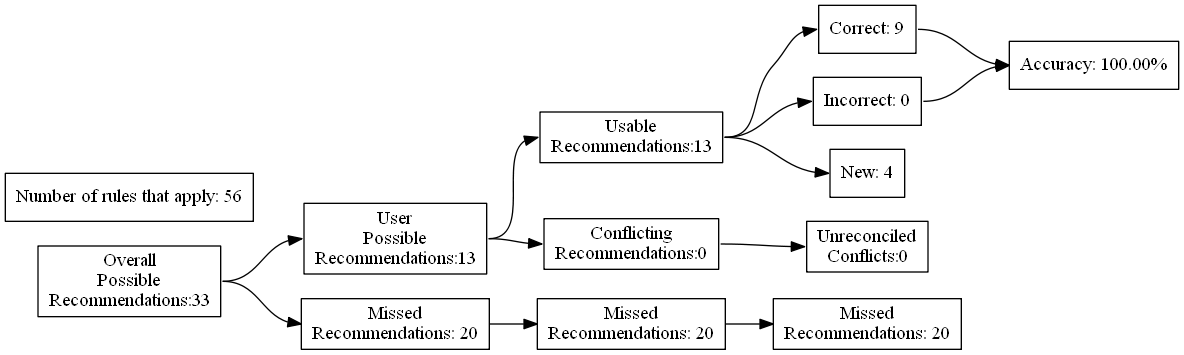
This is test_renders/97.gv.png from ZaxR/ibd_diet_analysis, a Graphviz export, as it was before one commit. Its source is kept beside it as test_renders/97.gv. Its diagram source:
```dot
digraph {
	graph [rankdir=LR]
	node [pos=r shape=box]
	edge [headport=w tailport=e]
		A [label="Overall
Possible
Recommendations:33"]
		B [label="User
Possible
Recommendations:13"]
		C [label="Missed
Recommendations: 20"]
		D [label="Usable
Recommendations:13"]
		E [label="Conflicting
Recommendations:0"]
		J [label="Missed
Recommendations: 20"]
		M [label="Unreconciled
Conflicts:0"]
		F [label="Correct: 9"]
		G [label="Incorrect: 0"]
		H [label="New: 4"]
		K [label="Missed
Recommendations: 20"]
		I [label="Accuracy: 100.00%"]
		l [label="Number of rules that apply: 56"]
			A -> B
			A -> C
			B -> D
			B -> E
			D -> F
			D -> G
			D -> H
			F -> I
			G -> I
			C -> J
			J -> K
			E -> M
}
```
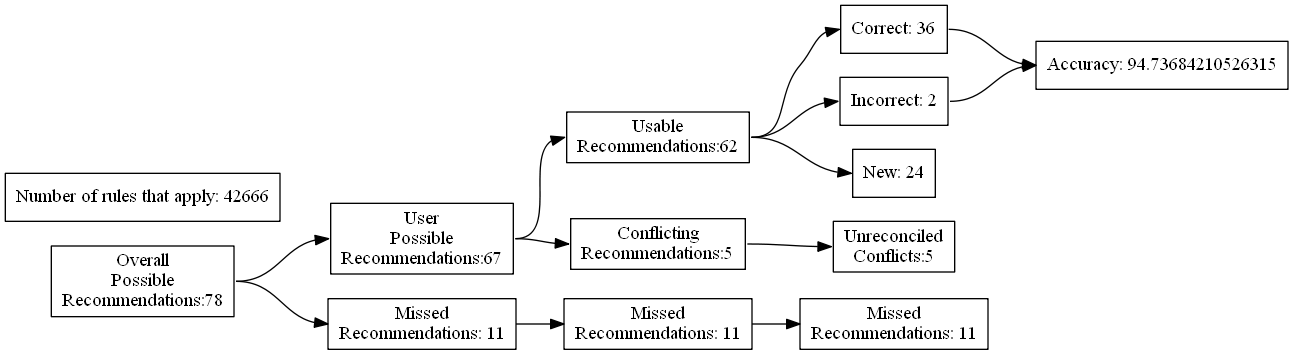
After the change.

Diff of the diagram source:
```diff
@@ -4,27 +4,27 @@
 	edge [headport=w tailport=e]
 		A [label="Overall
 Possible
-Recommendations:33"]
+Recommendations:78"]
 		B [label="User
 Possible
-Recommendations:13"]
+Recommendations:67"]
 		C [label="Missed
-Recommendations: 20"]
+Recommendations: 11"]
 		D [label="Usable
-Recommendations:13"]
+Recommendations:62"]
 		E [label="Conflicting
-Recommendations:0"]
+Recommendations:5"]
 		J [label="Missed
-Recommendations: 20"]
+Recommendations: 11"]
 		M [label="Unreconciled
-Conflicts:0"]
-		F [label="Correct: 9"]
-		G [label="Incorrect: 0"]
-		H [label="New: 4"]
+Conflicts:5"]
+		F [label="Correct: 36"]
+		G [label="Incorrect: 2"]
+		H [label="New: 24"]
 		K [label="Missed
-Recommendations: 20"]
-		I [label="Accuracy: 100.00%"]
-		l [label="Number of rules that apply: 56"]
+Recommendations: 11"]
+		I [label="Accuracy: 94.73684210526315"]
+		l [label="Number of rules that apply: 42666"]
 			A -> B
 			A -> C
 			B -> D
```
